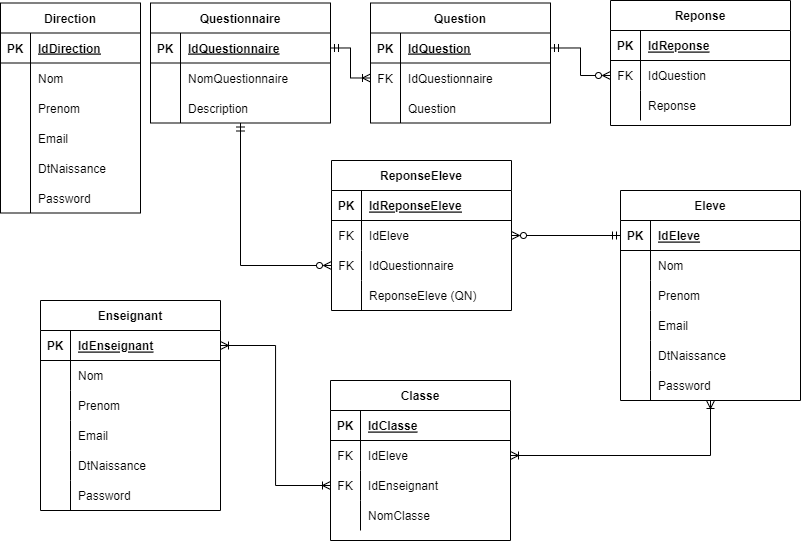
Above: Diagrammes/DBDiagram.drawio.png in Devetik/Diagrammes (draw.io), before the change. Source tidied: cells renumbered, new cells last; positions are measured from the earlier drawing's top-left corner, leaving out a move shared by most shapes.
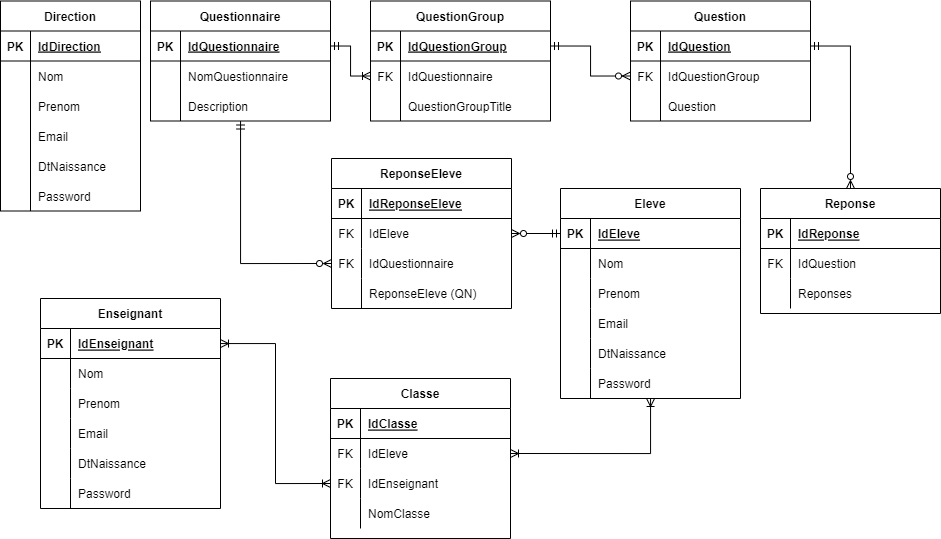
Above is the later version.

Diff of the diagram source:
```diff
@@ -6,7 +6,7 @@
       <mxGeometry relative="1" as="geometry" />
     </mxCell>
     <mxCell id="3" value="Eleve" style="shape=table;startSize=30;rowLines=0;fontStyle=1;align=center;" parent="1" vertex="1">
-      <mxGeometry x="620" y="190" width="180" height="210" as="geometry" />
+      <mxGeometry x="560" y="190" width="180" height="210" as="geometry" />
     </mxCell>
     <mxCell id="4" style="shape=tableRow;horizontal=0;startSize=0;swimlaneHead=0;swimlaneBody=0;fillColor=none;points=[[0,0.5],[1,0.5]];portConstraint=eastwest;top=0;left=0;right=0;bottom=1;" parent="3" vertex="1">
       <mxGeometry y="30" width="180" height="30" as="geometry" />
@@ -95,10 +95,10 @@
     <mxCell id="32" value="Description" style="shape=partialRectangle;fillColor=none;top=0;left=0;bottom=0;right=0;align=left;spacingLeft=6;overflow=hidden;" parent="30" vertex="1">
       <mxGeometry x="30" width="150" height="30" as="geometry" />
     </mxCell>
-    <mxCell id="33" style="edgeStyle=orthogonalEdgeStyle;rounded=0;jettySize=auto;html=1;startArrow=ERmandOne;startFill=0;endArrow=ERzeroToMany;endFill=0;exitX=1;exitY=0.5;exitDx=0;exitDy=0;entryX=0;entryY=0.5;entryDx=0;entryDy=0;" parent="1" edge="1" source="35" target="48">
+    <mxCell id="33" style="edgeStyle=orthogonalEdgeStyle;rounded=0;jettySize=auto;html=1;startArrow=ERmandOne;startFill=0;endArrow=ERzeroToMany;endFill=0;entryX=0.5;entryY=0;entryDx=0;entryDy=0;exitX=1;exitY=0.5;exitDx=0;exitDy=0;" parent="1" edge="1" source="124" target="44">
       <mxGeometry relative="1" as="geometry" />
     </mxCell>
-    <mxCell id="34" value="Question" style="shape=table;startSize=30;rowLines=0;fontStyle=1;align=center;" parent="1" vertex="1">
+    <mxCell id="34" value="QuestionGroup" style="shape=table;startSize=30;rowLines=0;fontStyle=1;align=center;" parent="1" vertex="1">
       <mxGeometry x="370" y="2.5" width="180" height="120" as="geometry" />
     </mxCell>
     <mxCell id="35" style="shape=tableRow;horizontal=0;startSize=0;swimlaneHead=0;swimlaneBody=0;fillColor=none;points=[[0,0.5],[1,0.5]];portConstraint=eastwest;top=0;left=0;right=0;bottom=1;" parent="34" vertex="1">
@@ -107,7 +107,7 @@
     <mxCell id="36" value="PK" style="shape=partialRectangle;fillColor=none;top=0;left=0;bottom=0;right=0;fontStyle=1;overflow=hidden;" parent="35" vertex="1">
       <mxGeometry width="30" height="30" as="geometry" />
     </mxCell>
-    <mxCell id="37" value="IdQuestion" style="shape=partialRectangle;fillColor=none;top=0;left=0;bottom=0;right=0;align=left;spacingLeft=6;fontStyle=5;overflow=hidden;" parent="35" vertex="1">
+    <mxCell id="37" value="IdQuestionGroup" style="shape=partialRectangle;fillColor=none;top=0;left=0;bottom=0;right=0;align=left;spacingLeft=6;fontStyle=5;overflow=hidden;" parent="35" vertex="1">
       <mxGeometry x="30" width="150" height="30" as="geometry" />
     </mxCell>
     <mxCell id="38" style="shape=tableRow;horizontal=0;startSize=0;swimlaneHead=0;swimlaneBody=0;fillColor=none;points=[[0,0.5],[1,0.5]];portConstraint=eastwest;top=0;left=0;right=0;bottom=0;" parent="34" vertex="1">
@@ -125,11 +125,11 @@
     <mxCell id="42" style="shape=partialRectangle;fillColor=none;top=0;left=0;bottom=0;right=0;overflow=hidden;" parent="41" vertex="1">
       <mxGeometry width="30" height="30" as="geometry" />
     </mxCell>
-    <mxCell id="43" value="Question" style="shape=partialRectangle;fillColor=none;top=0;left=0;bottom=0;right=0;align=left;spacingLeft=6;overflow=hidden;" parent="41" vertex="1">
+    <mxCell id="43" value="QuestionGroupTitle" style="shape=partialRectangle;fillColor=none;top=0;left=0;bottom=0;right=0;align=left;spacingLeft=6;overflow=hidden;" parent="41" vertex="1">
       <mxGeometry x="30" width="150" height="30" as="geometry" />
     </mxCell>
     <mxCell id="44" value="Reponse" style="shape=table;startSize=30;rowLines=0;fontStyle=1;align=center;" parent="1" vertex="1">
-      <mxGeometry x="610" width="180" height="125" as="geometry" />
+      <mxGeometry x="760" y="190" width="180" height="125" as="geometry" />
     </mxCell>
     <mxCell id="45" style="shape=tableRow;horizontal=0;startSize=0;swimlaneHead=0;swimlaneBody=0;fillColor=none;top=0;left=0;right=0;bottom=1;" parent="44" vertex="1">
       <mxGeometry y="30" width="180" height="30" as="geometry" />
@@ -155,7 +155,7 @@
     <mxCell id="52" style="shape=partialRectangle;fillColor=none;top=0;left=0;bottom=0;right=0;overflow=hidden;" parent="51" vertex="1">
       <mxGeometry width="30" height="30" as="geometry" />
     </mxCell>
-    <mxCell id="53" value="Reponse" style="shape=partialRectangle;fillColor=none;top=0;left=0;bottom=0;right=0;align=left;spacingLeft=6;overflow=hidden;" parent="51" vertex="1">
+    <mxCell id="53" value="Reponses" style="shape=partialRectangle;fillColor=none;top=0;left=0;bottom=0;right=0;align=left;spacingLeft=6;overflow=hidden;" parent="51" vertex="1">
       <mxGeometry x="30" width="150" height="30" as="geometry" />
     </mxCell>
     <mxCell id="54" value="ReponseEleve" style="shape=table;startSize=30;rowLines=0;fontStyle=1;align=center;" parent="1" vertex="1">
@@ -371,5 +371,38 @@
     <mxCell id="122" value="Password" style="shape=partialRectangle;fillColor=none;top=0;left=0;bottom=0;right=0;align=left;spacingLeft=6;overflow=hidden;" parent="120" vertex="1">
       <mxGeometry x="30" width="110" height="30" as="geometry" />
     </mxCell>
+    <mxCell id="123" value="Question" style="shape=table;startSize=30;rowLines=0;fontStyle=1;align=center;" parent="1" vertex="1">
+      <mxGeometry x="630" y="2.5" width="180" height="120" as="geometry" />
+    </mxCell>
+    <mxCell id="124" style="shape=tableRow;horizontal=0;startSize=0;swimlaneHead=0;swimlaneBody=0;fillColor=none;points=[[0,0.5],[1,0.5]];portConstraint=eastwest;top=0;left=0;right=0;bottom=1;" parent="123" vertex="1">
+      <mxGeometry y="30" width="180" height="30" as="geometry" />
+    </mxCell>
+    <mxCell id="125" value="PK" style="shape=partialRectangle;fillColor=none;top=0;left=0;bottom=0;right=0;fontStyle=1;overflow=hidden;" parent="124" vertex="1">
+      <mxGeometry width="30" height="30" as="geometry" />
+    </mxCell>
+    <mxCell id="126" value="IdQuestion" style="shape=partialRectangle;fillColor=none;top=0;left=0;bottom=0;right=0;align=left;spacingLeft=6;fontStyle=5;overflow=hidden;" parent="124" vertex="1">
+      <mxGeometry x="30" width="150" height="30" as="geometry" />
+    </mxCell>
+    <mxCell id="127" style="shape=tableRow;horizontal=0;startSize=0;swimlaneHead=0;swimlaneBody=0;fillColor=none;points=[[0,0.5],[1,0.5]];portConstraint=eastwest;top=0;left=0;right=0;bottom=0;" parent="123" vertex="1">
+      <mxGeometry y="60" width="180" height="30" as="geometry" />
+    </mxCell>
+    <mxCell id="128" value="FK" style="shape=partialRectangle;fillColor=none;top=0;left=0;bottom=0;right=0;overflow=hidden;" parent="127" vertex="1">
+      <mxGeometry width="30" height="30" as="geometry" />
+    </mxCell>
+    <mxCell id="129" value="IdQuestionGroup" style="shape=partialRectangle;fillColor=none;top=0;left=0;bottom=0;right=0;align=left;spacingLeft=6;overflow=hidden;" parent="127" vertex="1">
+      <mxGeometry x="30" width="150" height="30" as="geometry" />
+    </mxCell>
+    <mxCell id="130" style="shape=tableRow;horizontal=0;startSize=0;swimlaneHead=0;swimlaneBody=0;fillColor=none;top=0;left=0;right=0;bottom=0;" parent="123" vertex="1">
+      <mxGeometry y="90" width="180" height="30" as="geometry" />
+    </mxCell>
+    <mxCell id="131" style="shape=partialRectangle;fillColor=none;top=0;left=0;bottom=0;right=0;overflow=hidden;" parent="130" vertex="1">
+      <mxGeometry width="30" height="30" as="geometry" />
+    </mxCell>
+    <mxCell id="132" value="Question" style="shape=partialRectangle;fillColor=none;top=0;left=0;bottom=0;right=0;align=left;spacingLeft=6;overflow=hidden;" parent="130" vertex="1">
+      <mxGeometry x="30" width="150" height="30" as="geometry" />
+    </mxCell>
+    <mxCell id="133" style="edgeStyle=orthogonalEdgeStyle;rounded=0;jettySize=auto;html=1;startArrow=ERmandOne;startFill=0;endArrow=ERzeroToMany;endFill=0;entryX=0;entryY=0.5;entryDx=0;entryDy=0;exitX=1;exitY=0.5;exitDx=0;exitDy=0;" parent="1" edge="1" source="35" target="127">
+      <mxGeometry relative="1" as="geometry" />
+    </mxCell>
   </root>
 </mxGraphModel>
```
